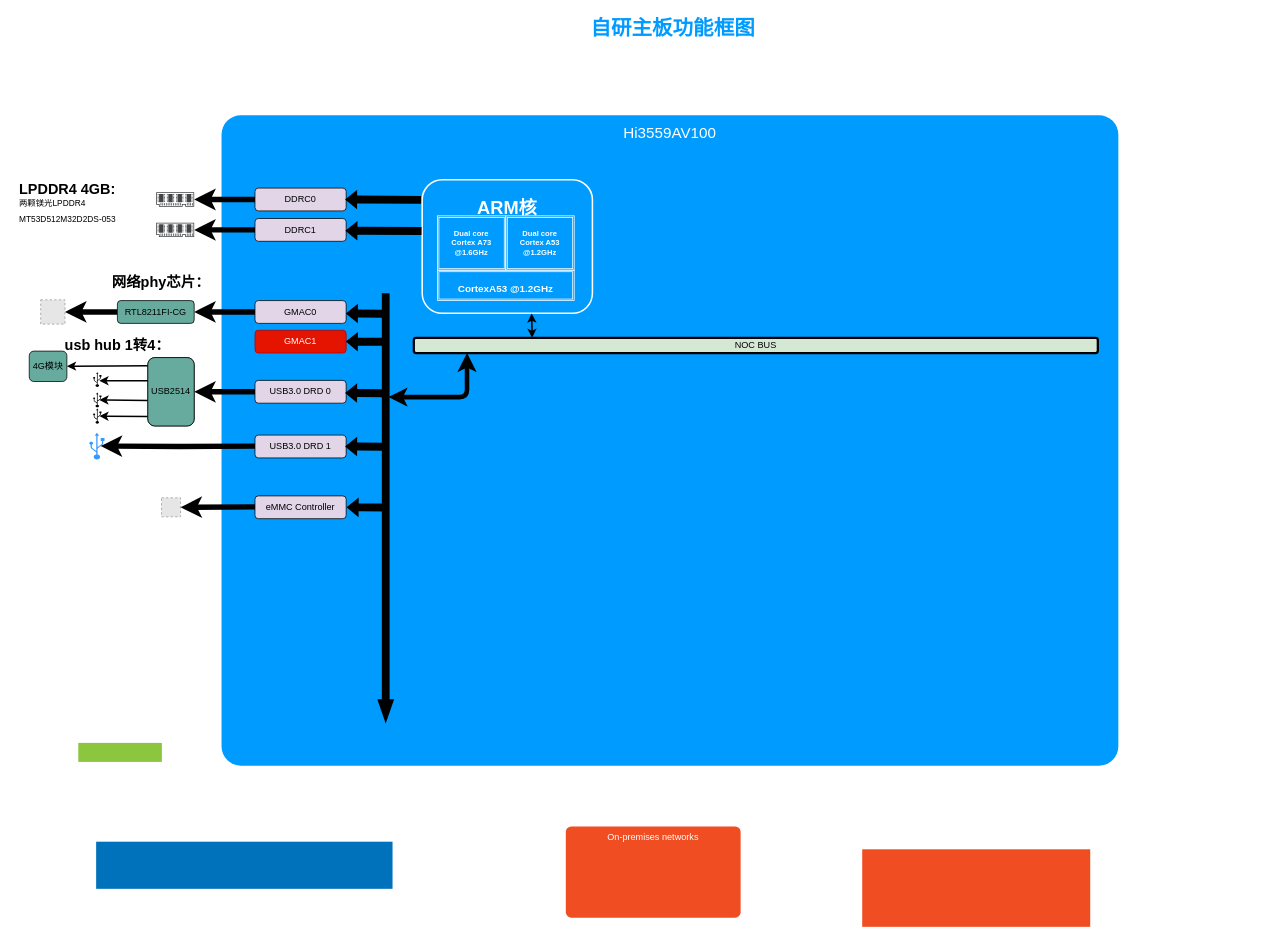
Earlier version of the draw.io diagram Hi3559av100.drawio (qiaoshouxing/draw.io). Source tidied: cells renumbered, new cells numbered last; positions are measured from the earlier drawing's top-left corner, leaving out a move shared by most shapes. Both pictures are drawn from the tidied source at 76%, with x=0, y=0 at pixel (17, 13). Pictures stored in the file or linked from it are replaced by grey dashed boxes.
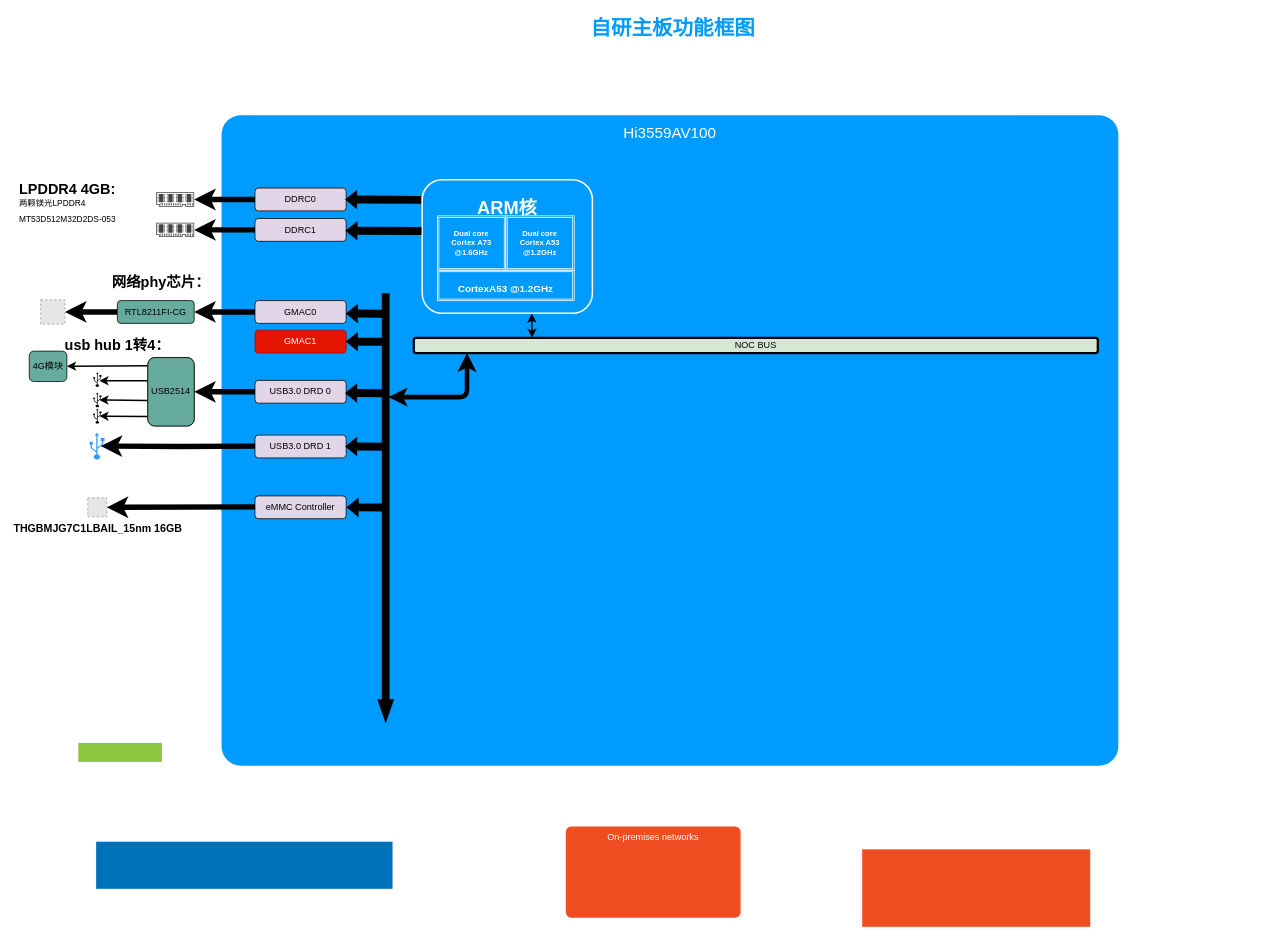
Above is the later version.

Commit message:
增加emmc芯片型号

The edit, as a diff of the source:
```diff
@@
-    <mxCell id="50" style="fillColor=#E6E6E6;strokeColor=#999999;dashed=1;html=1;verticalAlign=top;verticalLabelPosition=bottom;labelBackgroundColor=#ffffff;" parent="1" vertex="1">
-      <mxGeometry x="189" y="637.5" width="25" height="25" as="geometry" />
+    <mxCell id="50" value="&lt;b&gt;&lt;font style=&quot;font-size: 14px&quot;&gt;THGBMJG7C1LBAIL_15nm 16GB&lt;/font&gt;&lt;/b&gt;" style="fillColor=#E6E6E6;strokeColor=#999999;dashed=1;html=1;verticalAlign=top;verticalLabelPosition=bottom;labelBackgroundColor=#ffffff;" parent="1" vertex="1">
+      <mxGeometry x="92" y="637.5" width="25" height="25" as="geometry" />
     </mxCell>
```
